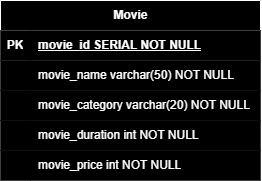
Above: __sql/Diagrama_movies.png in Fewerygor/Locadora-de-Filmes-Fewerygor (draw.io), before the change. Source tidied: cells renumbered, new cells last; positions are measured from the earlier drawing's top-left corner, leaving out a move shared by most shapes.
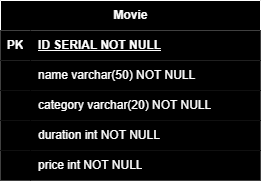
The same diagram one commit later.

Commit message:
realizando entrega

What changed in the source:
```diff
@@ -11,7 +11,7 @@
     <mxCell id="4" value="PK" style="shape=partialRectangle;fillColor=#000000;top=0;left=0;bottom=0;right=0;fontStyle=1;overflow=hidden;whiteSpace=wrap;html=1;strokeColor=#FFFFFF;fontColor=#FFFFFF;" parent="3" vertex="1">
       <mxGeometry width="30" height="30" as="geometry" />
     </mxCell>
-    <mxCell id="5" value="movie_id SERIAL NOT NULL" style="shape=partialRectangle;fillColor=#000000;top=0;left=0;bottom=0;right=0;align=left;spacingLeft=6;fontStyle=5;overflow=hidden;whiteSpace=wrap;html=1;strokeColor=#FFFFFF;fontColor=#FFFFFF;" parent="3" vertex="1">
+    <mxCell id="5" value="ID SERIAL NOT NULL" style="shape=partialRectangle;fillColor=#000000;top=0;left=0;bottom=0;right=0;align=left;spacingLeft=6;fontStyle=5;overflow=hidden;whiteSpace=wrap;html=1;strokeColor=#FFFFFF;fontColor=#FFFFFF;" parent="3" vertex="1">
       <mxGeometry x="30" width="230" height="30" as="geometry" />
     </mxCell>
     <mxCell id="6" style="shape=tableRow;horizontal=0;startSize=0;swimlaneHead=0;swimlaneBody=0;fillColor=#000000;top=0;left=0;right=0;bottom=0;strokeColor=#FFFFFF;fontColor=#FFFFFF;" parent="2" vertex="1">
@@ -20,7 +20,7 @@
     <mxCell id="7" style="shape=partialRectangle;fillColor=#000000;top=0;left=0;bottom=0;right=0;overflow=hidden;whiteSpace=wrap;html=1;strokeColor=#FFFFFF;fontColor=#FFFFFF;" parent="6" vertex="1">
       <mxGeometry width="30" height="30" as="geometry" />
     </mxCell>
-    <mxCell id="8" value="movie_name varchar(50) NOT NULL&amp;nbsp;" style="shape=partialRectangle;fillColor=#000000;top=0;left=0;bottom=0;right=0;align=left;spacingLeft=6;overflow=hidden;whiteSpace=wrap;html=1;strokeColor=#FFFFFF;fontColor=#FFFFFF;" parent="6" vertex="1">
+    <mxCell id="8" value="name varchar(50) NOT NULL&amp;nbsp;" style="shape=partialRectangle;fillColor=#000000;top=0;left=0;bottom=0;right=0;align=left;spacingLeft=6;overflow=hidden;whiteSpace=wrap;html=1;strokeColor=#FFFFFF;fontColor=#FFFFFF;" parent="6" vertex="1">
       <mxGeometry x="30" width="230" height="30" as="geometry" />
     </mxCell>
     <mxCell id="9" style="shape=tableRow;horizontal=0;startSize=0;swimlaneHead=0;swimlaneBody=0;fillColor=#000000;top=0;left=0;right=0;bottom=0;strokeColor=#FFFFFF;fontColor=#FFFFFF;" parent="2" vertex="1">
@@ -29,7 +29,7 @@
     <mxCell id="10" style="shape=partialRectangle;fillColor=#000000;top=0;left=0;bottom=0;right=0;overflow=hidden;whiteSpace=wrap;html=1;strokeColor=#FFFFFF;fontColor=#FFFFFF;" parent="9" vertex="1">
       <mxGeometry width="30" height="30" as="geometry" />
     </mxCell>
-    <mxCell id="11" value="movie_category varchar(20) NOT NULL" style="shape=partialRectangle;fillColor=#000000;top=0;left=0;bottom=0;right=0;align=left;spacingLeft=6;overflow=hidden;whiteSpace=wrap;html=1;strokeColor=#FFFFFF;fontColor=#FFFFFF;" parent="9" vertex="1">
+    <mxCell id="11" value="category varchar(20) NOT NULL" style="shape=partialRectangle;fillColor=#000000;top=0;left=0;bottom=0;right=0;align=left;spacingLeft=6;overflow=hidden;whiteSpace=wrap;html=1;strokeColor=#FFFFFF;fontColor=#FFFFFF;" parent="9" vertex="1">
       <mxGeometry x="30" width="230" height="30" as="geometry" />
     </mxCell>
     <mxCell id="12" style="shape=tableRow;horizontal=0;startSize=0;swimlaneHead=0;swimlaneBody=0;fillColor=#000000;top=0;left=0;right=0;bottom=0;strokeColor=#FFFFFF;fontColor=#FFFFFF;" parent="2" vertex="1">
@@ -38,7 +38,7 @@
     <mxCell id="13" style="shape=partialRectangle;fillColor=#000000;top=0;left=0;bottom=0;right=0;overflow=hidden;whiteSpace=wrap;html=1;strokeColor=#FFFFFF;fontColor=#FFFFFF;" parent="12" vertex="1">
       <mxGeometry width="30" height="30" as="geometry" />
     </mxCell>
-    <mxCell id="14" value="movie_duration int NOT NULL" style="shape=partialRectangle;fillColor=#000000;top=0;left=0;bottom=0;right=0;align=left;spacingLeft=6;overflow=hidden;whiteSpace=wrap;html=1;strokeColor=#FFFFFF;fontColor=#FFFFFF;" parent="12" vertex="1">
+    <mxCell id="14" value="duration int NOT NULL" style="shape=partialRectangle;fillColor=#000000;top=0;left=0;bottom=0;right=0;align=left;spacingLeft=6;overflow=hidden;whiteSpace=wrap;html=1;strokeColor=#FFFFFF;fontColor=#FFFFFF;" parent="12" vertex="1">
       <mxGeometry x="30" width="230" height="30" as="geometry" />
     </mxCell>
     <mxCell id="15" style="shape=tableRow;horizontal=0;startSize=0;swimlaneHead=0;swimlaneBody=0;fillColor=#000000;top=0;left=0;right=0;bottom=0;strokeColor=#FFFFFF;fontColor=#FFFFFF;" parent="2" vertex="1">
@@ -47,7 +47,7 @@
     <mxCell id="16" style="shape=partialRectangle;fillColor=#000000;top=0;left=0;bottom=0;right=0;overflow=hidden;whiteSpace=wrap;html=1;strokeColor=#FFFFFF;fontColor=#FFFFFF;" parent="15" vertex="1">
       <mxGeometry width="30" height="30" as="geometry" />
     </mxCell>
-    <mxCell id="17" value="movie_price int NOT NULL" style="shape=partialRectangle;fillColor=#000000;top=0;left=0;bottom=0;right=0;align=left;spacingLeft=6;overflow=hidden;whiteSpace=wrap;html=1;strokeColor=#FFFFFF;fontColor=#FFFFFF;" parent="15" vertex="1">
+    <mxCell id="17" value="price int NOT NULL" style="shape=partialRectangle;fillColor=#000000;top=0;left=0;bottom=0;right=0;align=left;spacingLeft=6;overflow=hidden;whiteSpace=wrap;html=1;strokeColor=#FFFFFF;fontColor=#FFFFFF;" parent="15" vertex="1">
       <mxGeometry x="30" width="230" height="30" as="geometry" />
     </mxCell>
   </root>
```
